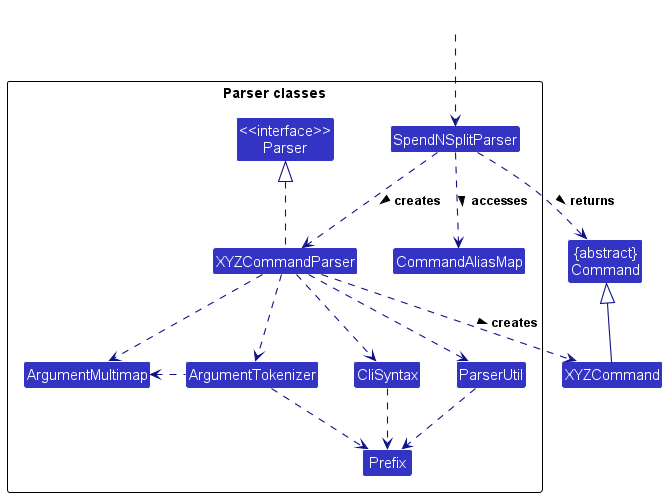
jeffrey-jian/tp keeps this PlantUML diagram as docs/images/ParserClasses.png. Above is the earlier version. Source of this version:
```plantuml
@startuml
!include style.puml
skinparam arrowThickness 1.1
skinparam arrowColor LOGIC_COLOR_T4
skinparam classBackgroundColor LOGIC_COLOR

Class "{abstract}\nCommand" as Command
Class XYZCommand

package "Parser classes"{
Class "<<interface>>\nParser" as Parser
Class SpendNSplitParser
Class XYZCommandParser
Class CliSyntax
Class ParserUtil
Class ArgumentMultimap
Class ArgumentTokenizer
Class CommandAliasMap
Class Prefix
}

Class HiddenOutside #FFFFFF
HiddenOutside ..> SpendNSplitParser

SpendNSplitParser .down.> XYZCommandParser: creates >

XYZCommandParser ..> XYZCommand : creates >
SpendNSplitParser ..> Command : returns >
SpendNSplitParser ..> CommandAliasMap : accesses >
XYZCommandParser .up.|> Parser
XYZCommandParser ..> ArgumentMultimap
XYZCommandParser ..> ArgumentTokenizer
ArgumentTokenizer .left.> ArgumentMultimap
XYZCommandParser ..> CliSyntax
CliSyntax ..> Prefix
XYZCommandParser ..> ParserUtil
ParserUtil .down.> Prefix
ArgumentTokenizer .down.> Prefix
XYZCommand -up-|> Command
@enduml
```
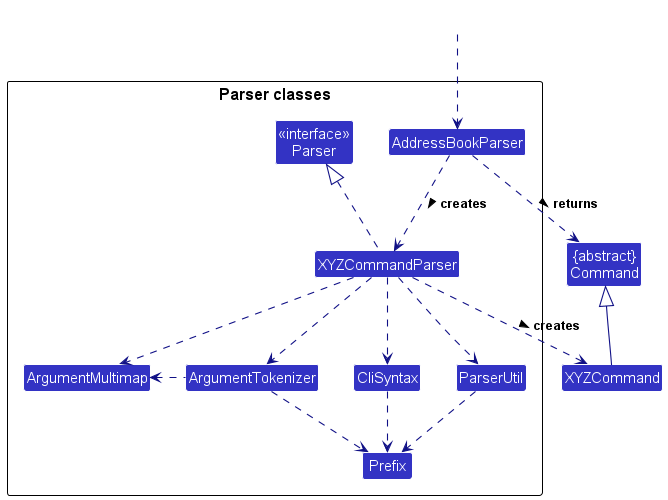
The same file after the commit.

What changed in the source:
```diff
@@ -9,24 +9,22 @@
 
 package "Parser classes"{
 Class "<<interface>>\nParser" as Parser
-Class SpendNSplitParser
+Class AddressBookParser
 Class XYZCommandParser
 Class CliSyntax
 Class ParserUtil
 Class ArgumentMultimap
 Class ArgumentTokenizer
-Class CommandAliasMap
 Class Prefix
 }
 
 Class HiddenOutside #FFFFFF
-HiddenOutside ..> SpendNSplitParser
+HiddenOutside ..> AddressBookParser
 
-SpendNSplitParser .down.> XYZCommandParser: creates >
+AddressBookParser .down.> XYZCommandParser: creates >
 
 XYZCommandParser ..> XYZCommand : creates >
-SpendNSplitParser ..> Command : returns >
-SpendNSplitParser ..> CommandAliasMap : accesses >
+AddressBookParser ..> Command : returns >
 XYZCommandParser .up.|> Parser
 XYZCommandParser ..> ArgumentMultimap
 XYZCommandParser ..> ArgumentTokenizer
```
